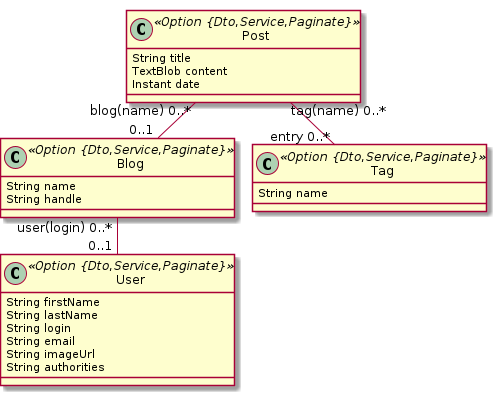
Above: .jdl/app.png in johnatanbrayan/curso-jenkins-jhipster (PlantUML), before the change.
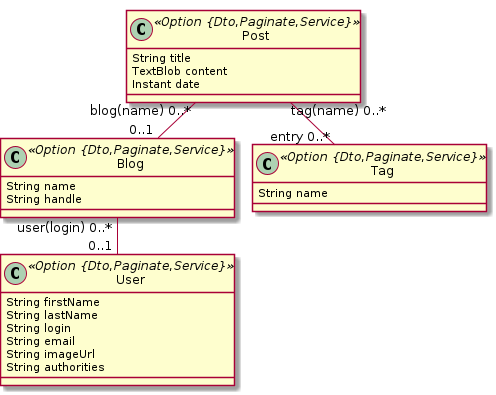
Above is the later version.

The edit, as a diff of the source:
```diff
@@ -1,22 +1,22 @@
 @startuml
 	!pragma graphviz_dot jdot
 	!pragma syntax class
-	class Blog <<Option {Dto,Service,Paginate}>> {
+	class Blog <<Option {Dto,Paginate,Service}>> {
 		String name
 		String handle
 	}
-	class Post <<Option {Dto,Service,Paginate}>> {
+	class Post <<Option {Dto,Paginate,Service}>> {
 		String title
 		TextBlob content
 		Instant date
 	}
-	class Tag <<Option {Dto,Service,Paginate}>> {
+	class Tag <<Option {Dto,Paginate,Service}>> {
 		String name
 	}
 	Blog  "user(login) 0..* " o-- "0..1 "  User
 	Post  "blog(name) 0..* " o-- "0..1 "  Blog
 	Post  "tag(name) 0..* " o--o "entry 0..* "  Tag
-	class User <<Option {Dto,Service,Paginate}>> {
+	class User <<Option {Dto,Paginate,Service}>> {
 		String firstName
 		String lastName
 		String login
```
